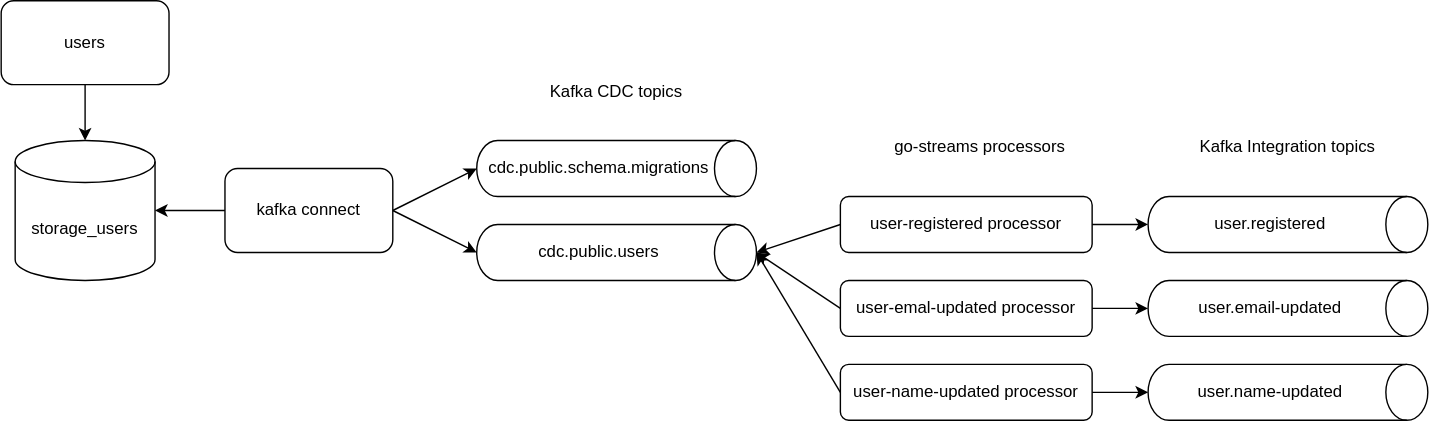
The draw.io diagram docs/design.drawio.svg in Turao/study, before a commit. Source tidied: cells renumbered, new cells last; positions are measured from the earlier drawing's top-left corner, leaving out a move shared by most shapes.
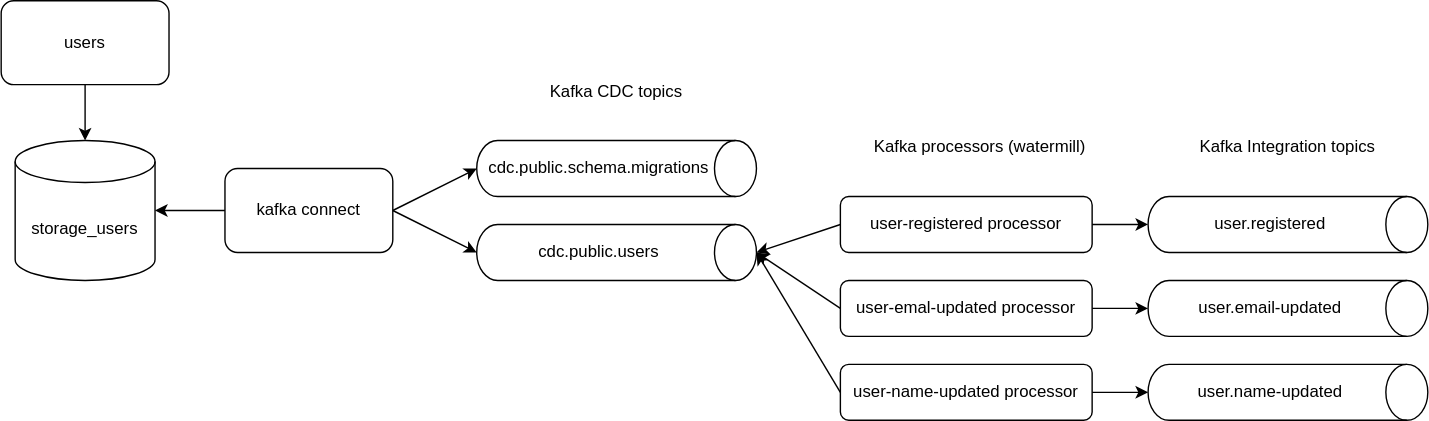
Later version of the same file.

Commit message:
Use watermill instead of go-streams

The edit, as a diff of the source:
```diff
@@ -71,7 +71,7 @@
     <mxCell id="24" value="Kafka Integration topics" style="text;html=1;strokeColor=none;fillColor=none;align=center;verticalAlign=middle;whiteSpace=wrap;rounded=0;fontColor=#000000;" parent="1" vertex="1">
       <mxGeometry x="820" y="90" width="200" height="30" as="geometry" />
     </mxCell>
-    <mxCell id="25" value="go-streams processors" style="text;html=1;strokeColor=none;fillColor=none;align=center;verticalAlign=middle;whiteSpace=wrap;rounded=0;fontColor=#000000;" parent="1" vertex="1">
+    <mxCell id="25" value="Kafka processors (watermill)" style="text;html=1;strokeColor=none;fillColor=none;align=center;verticalAlign=middle;whiteSpace=wrap;rounded=0;fontColor=#000000;" parent="1" vertex="1">
       <mxGeometry x="600" y="90" width="200" height="30" as="geometry" />
     </mxCell>
   </root>
```
